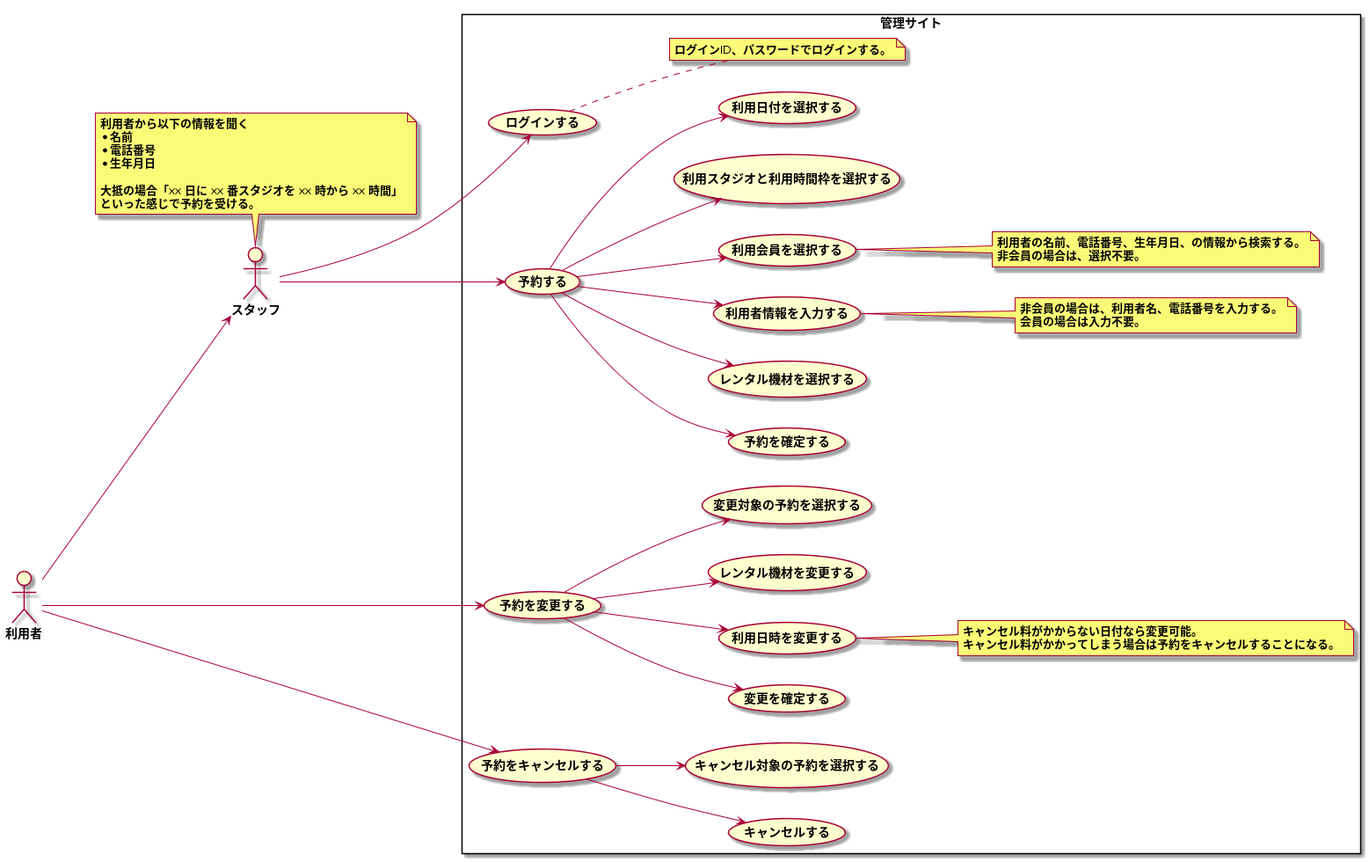
Before: modeling/05_Usecase_電話予約/Usecase.png, a diagram exported from PlantUML (TakashiOnawa/ddd-practice-studio-reservation).
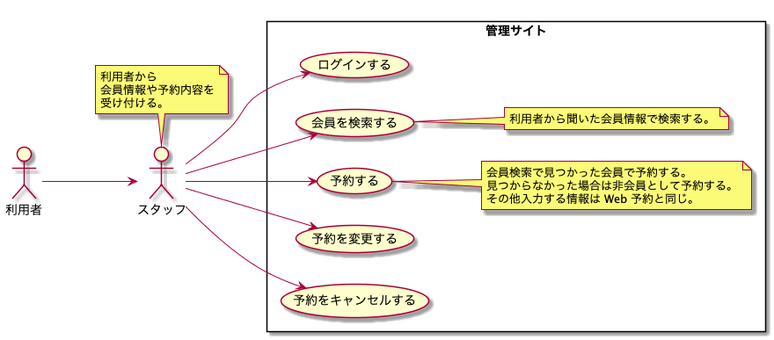
Above is the later version.

Change to the diagram source:
```diff
@@ -8,53 +8,27 @@
 利用者 --> スタッフ
 
 note top of スタッフ
-利用者から以下の情報を聞く
-* 名前
-* 電話番号
-* 生年月日
-
-大抵の場合「xx 日に xx 番スタジオを xx 時から xx 時間」
-といった感じで予約を受ける。
+利用者から
+会員情報や予約内容を
+受け付ける。
 end note
 
 rectangle 管理サイト {
     スタッフ --> (ログインする)
+    スタッフ --> (会員を検索する)
     スタッフ --> (予約する)
-    (予約する) --> (予約を確定する)
-    (予約する) --> (レンタル機材を選択する)
-    (予約する) --> (利用者情報を入力する)
-    (予約する) --> (利用会員を選択する)
-    (予約する) --> (利用スタジオと利用時間枠を選択する)
-    (予約する) --> (利用日付を選択する)
+    スタッフ --> (予約を変更する)
+    スタッフ --> (予約をキャンセルする)
 
-    note right of (ログインする)
-    ログインID、パスワードでログインする。
+    note right of (会員を検索する)
+    利用者から聞いた会員情報で検索する。
     end note
 
-    note right of (利用会員を選択する)
-    利用者の名前、電話番号、生年月日、の情報から検索する。
-    非会員の場合は、選択不要。
+    note right of (予約する)
+    会員検索で見つかった会員で予約する。
+    見つからなかった場合は非会員として予約する。
+    その他入力する情報は Web 予約と同じ。
     end note
-
-    note right of (利用者情報を入力する)
-    非会員の場合は、利用者名、電話番号を入力する。
-    会員の場合は入力不要。
-    end note
-
-    利用者 --> (予約を変更する)
-    (予約を変更する) --> (変更を確定する)
-    (予約を変更する) --> (利用日時を変更する)
-    (予約を変更する) --> (レンタル機材を変更する)
-    (予約を変更する) --> (変更対象の予約を選択する)
-
-    note right of (利用日時を変更する)
-    キャンセル料がかからない日付なら変更可能。
-    キャンセル料がかかってしまう場合は予約をキャンセルすることになる。
-    end note
-
-    利用者 --> (予約をキャンセルする)
-    (予約をキャンセルする) --> (キャンセルする)
-    (予約をキャンセルする) --> (キャンセル対象の予約を選択する)
 }
 
 @enduml
```
